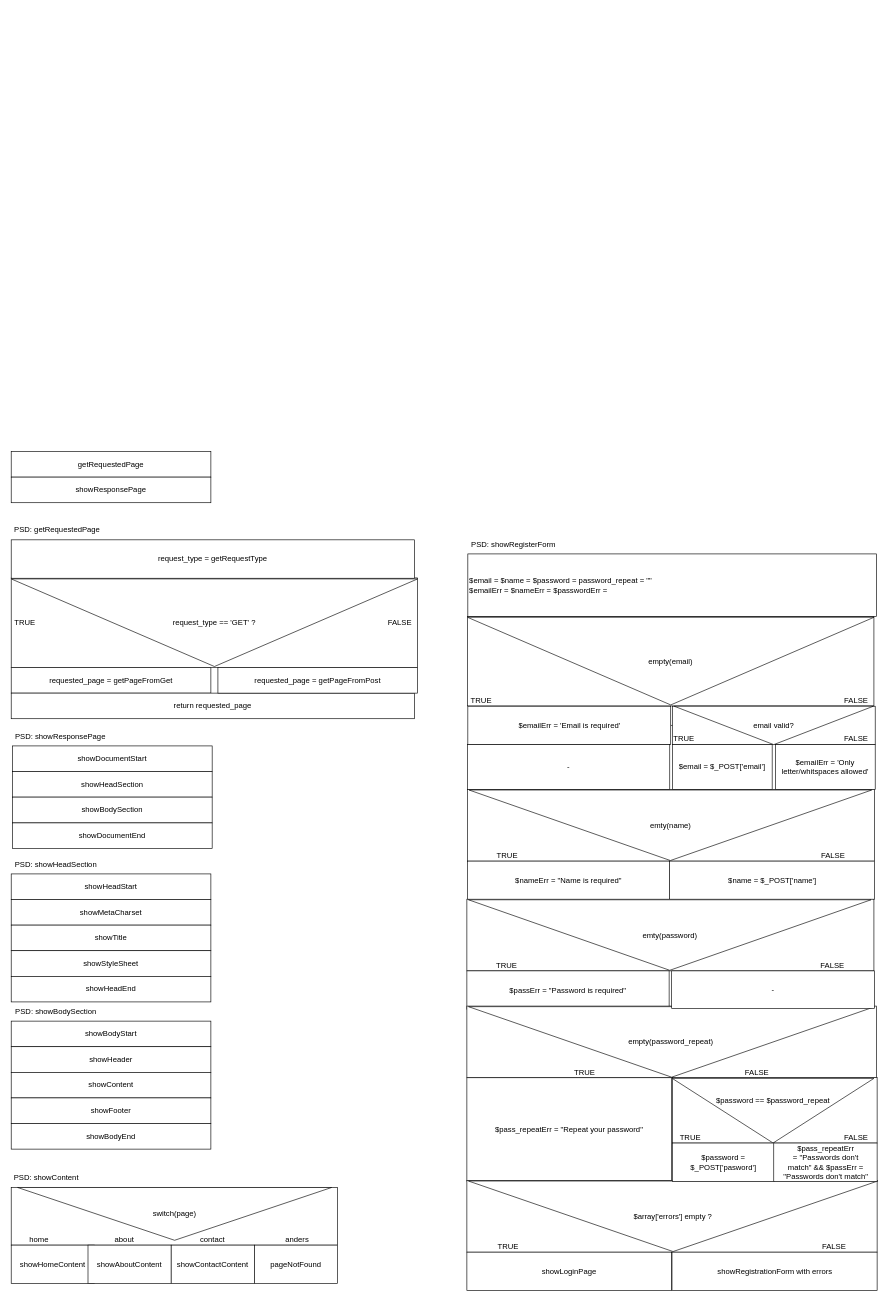
Dabra720/educom-webshop-basis keeps this draw.io diagram as Diagrams/PSD #8.drawio. Above is the earlier version. Source tidied: cells renumbered, new cells numbered last; positions are measured from the earlier drawing's top-left corner, leaving out a move shared by most shapes. Both pictures are drawn from the tidied source at 64%, with x=0, y=0 at pixel (11, 419).
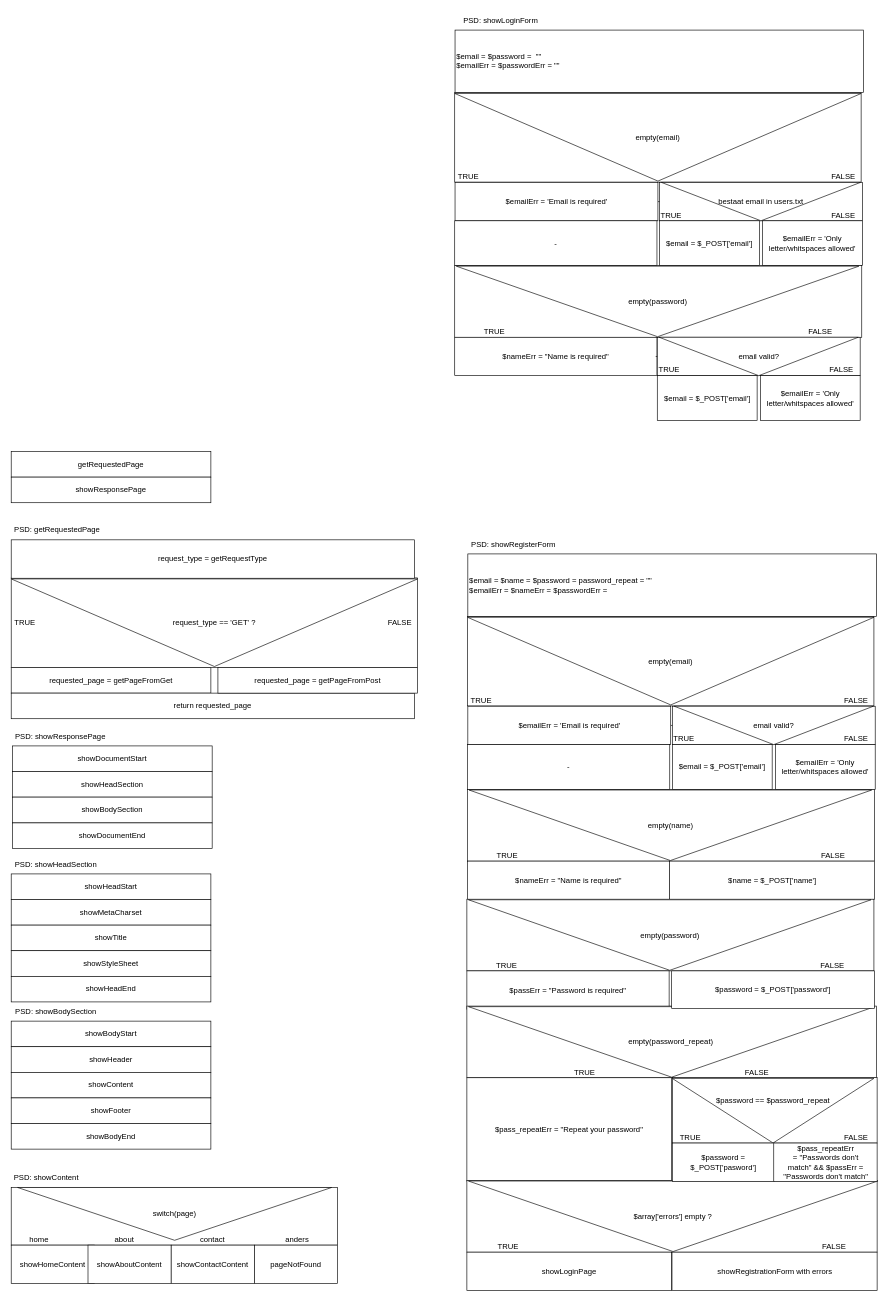
The same diagram, later.

Change to the diagram source:
```diff
@@
-    <mxCell id="46" value="emty(name)" style="triangle;whiteSpace=wrap;html=1;rotation=90;horizontal=0;" parent="1" vertex="1">
+    <mxCell id="46" value="empty(name)" style="triangle;whiteSpace=wrap;html=1;rotation=90;horizontal=0;" parent="1" vertex="1">
       <mxGeometry x="974.9" y="319.5" width="110.2" height="629" as="geometry" />
     </mxCell>
@@
-    <mxCell id="50" value="emty(password)" style="triangle;whiteSpace=wrap;html=1;rotation=90;horizontal=0;" parent="1" vertex="1">
+    <mxCell id="50" value="empty(password)" style="triangle;whiteSpace=wrap;html=1;rotation=90;horizontal=0;" parent="1" vertex="1">
       <mxGeometry x="973.9" y="491" width="110.2" height="629" as="geometry" />
     </mxCell>
@@
-    <mxCell id="55" value="-" style="rounded=0;whiteSpace=wrap;html=1;fontSize=12;" parent="1" vertex="1">
+    <mxCell id="55" value="$password = $_POST['password']" style="rounded=0;whiteSpace=wrap;html=1;fontSize=12;" parent="1" vertex="1">
       <mxGeometry x="1032" y="861.5" width="317" height="58.5" as="geometry" />
     </mxCell>
@@
+    <mxCell id="65" value="PSD: showLoginForm" style="text;html=1;strokeColor=none;fillColor=none;align=center;verticalAlign=middle;whiteSpace=wrap;rounded=0;" parent="1" vertex="1">
+      <mxGeometry x="692" y="-638.5" width="146" height="30" as="geometry" />
+    </mxCell>
+    <mxCell id="66" value="&amp;nbsp;TRUE&lt;span style=&quot;white-space: pre;&quot;&gt;&#9;&lt;/span&gt;&lt;span style=&quot;white-space: pre;&quot;&gt;&#9;&lt;/span&gt;&lt;span style=&quot;white-space: pre;&quot;&gt;&#9;&lt;/span&gt;&lt;span style=&quot;white-space: pre;&quot;&gt;&#9;&lt;/span&gt;&lt;span style=&quot;white-space: pre;&quot;&gt;&#9;&lt;/span&gt;&lt;span style=&quot;white-space: pre;&quot;&gt;&#9;&lt;/span&gt;&lt;span style=&quot;white-space: pre;&quot;&gt;&#9;&lt;/span&gt;&lt;span style=&quot;white-space: pre;&quot;&gt;&#9;&lt;/span&gt;&lt;span style=&quot;white-space: pre;&quot;&gt;&#9;&lt;/span&gt;&lt;span style=&quot;white-space: pre;&quot;&gt;&#9;&lt;/span&gt;&lt;span style=&quot;white-space: pre;&quot;&gt;&#9;&lt;/span&gt;&lt;span style=&quot;white-space: pre;&quot;&gt;&#9;&lt;/span&gt;&lt;span style=&quot;white-space: pre;&quot;&gt;&#9;&lt;/span&gt;&lt;span style=&quot;white-space: pre;&quot;&gt;&#9;&lt;/span&gt;&lt;span style=&quot;white-space: pre;&quot;&gt;&#9;&lt;/span&gt;&lt;span style=&quot;white-space: pre;&quot;&gt;&#9;&lt;/span&gt;&lt;span style=&quot;white-space: pre;&quot;&gt;&#9;&lt;/span&gt;&lt;span style=&quot;white-space: pre;&quot;&gt;&#9;&lt;/span&gt;&lt;span style=&quot;white-space: pre;&quot;&gt;&#9;&lt;/span&gt;&lt;span style=&quot;white-space: pre;&quot;&gt;&#9;&lt;/span&gt;&lt;span style=&quot;white-space: pre;&quot;&gt;&#9;&lt;/span&gt;FALSE" style="rounded=0;whiteSpace=wrap;html=1;align=left;verticalAlign=bottom;" parent="1" vertex="1">
+      <mxGeometry x="693" y="-511" width="635" height="140" as="geometry" />
+    </mxCell>
+    <mxCell id="67" value="empty(email)" style="triangle;whiteSpace=wrap;html=1;rotation=90;align=center;verticalAlign=middle;horizontal=0;" parent="1" vertex="1">
+      <mxGeometry x="942.1" y="-758.5" width="136.9" height="635" as="geometry" />
+    </mxCell>
+    <mxCell id="68" style="edgeStyle=none;html=1;" parent="1" edge="1" source="69" target="71">
+      <mxGeometry relative="1" as="geometry" />
+    </mxCell>
+    <mxCell id="69" value="$emailErr = 'Email is required'" style="rounded=0;whiteSpace=wrap;html=1;" parent="1" vertex="1">
+      <mxGeometry x="693.5" y="-370.5" width="317" height="60" as="geometry" />
+    </mxCell>
+    <mxCell id="70" value="TRUE&lt;span style=&quot;white-space: pre;&quot;&gt;&#9;&lt;/span&gt;&lt;span style=&quot;white-space: pre;&quot;&gt;&#9;&lt;/span&gt;&lt;span style=&quot;white-space: pre;&quot;&gt;&#9;&lt;/span&gt;&lt;span style=&quot;white-space: pre;&quot;&gt;&#9;&lt;/span&gt;&lt;span style=&quot;white-space: pre;&quot;&gt;&#9;&lt;/span&gt;&lt;span style=&quot;white-space: pre;&quot;&gt;&#9;&lt;/span&gt;&lt;span style=&quot;white-space: pre;&quot;&gt;&#9;&lt;/span&gt;&lt;span style=&quot;white-space: pre;&quot;&gt;&#9;&lt;/span&gt;&lt;span style=&quot;white-space: pre;&quot;&gt;&#9;&lt;/span&gt;FALSE" style="rounded=0;whiteSpace=wrap;html=1;align=left;verticalAlign=bottom;" parent="1" vertex="1">
+      <mxGeometry x="1013" y="-370.5" width="317" height="60" as="geometry" />
+    </mxCell>
+    <mxCell id="71" value="bestaat email in users.txt" style="triangle;whiteSpace=wrap;html=1;rotation=90;horizontal=0;" parent="1" vertex="1">
+      <mxGeometry x="1141.5" y="-496" width="60" height="311" as="geometry" />
+    </mxCell>
+    <mxCell id="72" value="$email = $_POST['email']" style="rounded=0;whiteSpace=wrap;html=1;align=center;" parent="1" vertex="1">
+      <mxGeometry x="1013" y="-310.5" width="156" height="70" as="geometry" />
+    </mxCell>
+    <mxCell id="73" value="$emailErr = 'Only letter/whitspaces allowed'" style="rounded=0;whiteSpace=wrap;html=1;align=center;" parent="1" vertex="1">
+      <mxGeometry x="1174" y="-310.5" width="156" height="70" as="geometry" />
+    </mxCell>
+    <mxCell id="74" value="-" style="rounded=0;whiteSpace=wrap;html=1;align=center;" parent="1" vertex="1">
+      <mxGeometry x="693" y="-310.5" width="316" height="70" as="geometry" />
+    </mxCell>
+    <mxCell id="75" value="TRUE&lt;span style=&quot;white-space: pre;&quot;&gt;&#9;&lt;/span&gt;&lt;span style=&quot;white-space: pre;&quot;&gt;&#9;&lt;/span&gt;&lt;span style=&quot;white-space: pre;&quot;&gt;&#9;&lt;/span&gt;&lt;span style=&quot;white-space: pre;&quot;&gt;&#9;&lt;/span&gt;&lt;span style=&quot;white-space: pre;&quot;&gt;&#9;&lt;/span&gt;&lt;span style=&quot;white-space: pre;&quot;&gt;&#9;&lt;/span&gt;&lt;span style=&quot;white-space: pre;&quot;&gt;&#9;&lt;/span&gt;&lt;span style=&quot;white-space: pre;&quot;&gt;&#9;&lt;/span&gt;&lt;span style=&quot;white-space: pre;&quot;&gt;&#9;&lt;/span&gt;&lt;span style=&quot;white-space: pre;&quot;&gt;&#9;&lt;/span&gt;&lt;span style=&quot;white-space: pre;&quot;&gt;&#9;&lt;/span&gt;&lt;span style=&quot;white-space: pre;&quot;&gt;&#9;&lt;/span&gt;&lt;span style=&quot;white-space: pre;&quot;&gt;&#9;&lt;/span&gt;&lt;span style=&quot;white-space: pre;&quot;&gt;&#9;&lt;/span&gt;&lt;span style=&quot;white-space: pre;&quot;&gt;&#9;&lt;/span&gt;&lt;span style=&quot;white-space: pre;&quot;&gt;&#9;&lt;/span&gt;&lt;span style=&quot;white-space: pre;&quot;&gt;&#9;&lt;/span&gt;&lt;span style=&quot;white-space: pre;&quot;&gt;&#9;&lt;/span&gt;FALSE" style="rounded=0;whiteSpace=wrap;html=1;verticalAlign=bottom;horizontal=1;" parent="1" vertex="1">
+      <mxGeometry x="693" y="-240.5" width="636" height="112" as="geometry" />
+    </mxCell>
+    <mxCell id="76" value="empty(password)" style="triangle;whiteSpace=wrap;html=1;rotation=90;horizontal=0;" parent="1" vertex="1">
+      <mxGeometry x="954.9" y="-499" width="110.2" height="629" as="geometry" />
+    </mxCell>
+    <mxCell id="77" value="$nameErr = &quot;Name is required&quot;" style="rounded=0;whiteSpace=wrap;html=1;" parent="1" vertex="1">
+      <mxGeometry x="693" y="-128.5" width="316" height="60" as="geometry" />
+    </mxCell>
+    <mxCell id="78" value="$email = $password =&amp;nbsp; &quot;&quot;&lt;br&gt;$emailErr = $passwordErr = &quot;&quot;&amp;nbsp;" style="rounded=0;whiteSpace=wrap;html=1;fontSize=12;align=left;" parent="1" vertex="1">
+      <mxGeometry x="693.5" y="-608.5" width="638.5" height="97.5" as="geometry" />
+    </mxCell>
+    <mxCell id="79" style="edgeStyle=none;html=1;" parent="1" edge="1" target="81">
+      <mxGeometry relative="1" as="geometry">
+        <mxPoint x="1007" y="-98.5" as="sourcePoint" />
+      </mxGeometry>
+    </mxCell>
+    <mxCell id="80" value="TRUE&lt;span style=&quot;white-space: pre;&quot;&gt;&#9;&lt;/span&gt;&lt;span style=&quot;white-space: pre;&quot;&gt;&#9;&lt;/span&gt;&lt;span style=&quot;white-space: pre;&quot;&gt;&#9;&lt;/span&gt;&lt;span style=&quot;white-space: pre;&quot;&gt;&#9;&lt;/span&gt;&lt;span style=&quot;white-space: pre;&quot;&gt;&#9;&lt;/span&gt;&lt;span style=&quot;white-space: pre;&quot;&gt;&#9;&lt;/span&gt;&lt;span style=&quot;white-space: pre;&quot;&gt;&#9;&lt;/span&gt;&lt;span style=&quot;white-space: pre;&quot;&gt;&#9;&lt;/span&gt;&lt;span style=&quot;white-space: pre;&quot;&gt;&#9;&lt;/span&gt;FALSE" style="rounded=0;whiteSpace=wrap;html=1;align=left;verticalAlign=bottom;" parent="1" vertex="1">
+      <mxGeometry x="1009.5" y="-128.5" width="317" height="60" as="geometry" />
+    </mxCell>
+    <mxCell id="81" value="email valid?" style="triangle;whiteSpace=wrap;html=1;rotation=90;horizontal=0;" parent="1" vertex="1">
+      <mxGeometry x="1138" y="-254" width="60" height="311" as="geometry" />
+    </mxCell>
+    <mxCell id="82" value="$email = $_POST['email']" style="rounded=0;whiteSpace=wrap;html=1;align=center;" parent="1" vertex="1">
+      <mxGeometry x="1009.5" y="-68.5" width="156" height="70" as="geometry" />
+    </mxCell>
+    <mxCell id="83" value="$emailErr = 'Only letter/whitspaces allowed'" style="rounded=0;whiteSpace=wrap;html=1;align=center;" parent="1" vertex="1">
+      <mxGeometry x="1170.5" y="-68.5" width="156" height="70" as="geometry" />
+    </mxCell>
```
